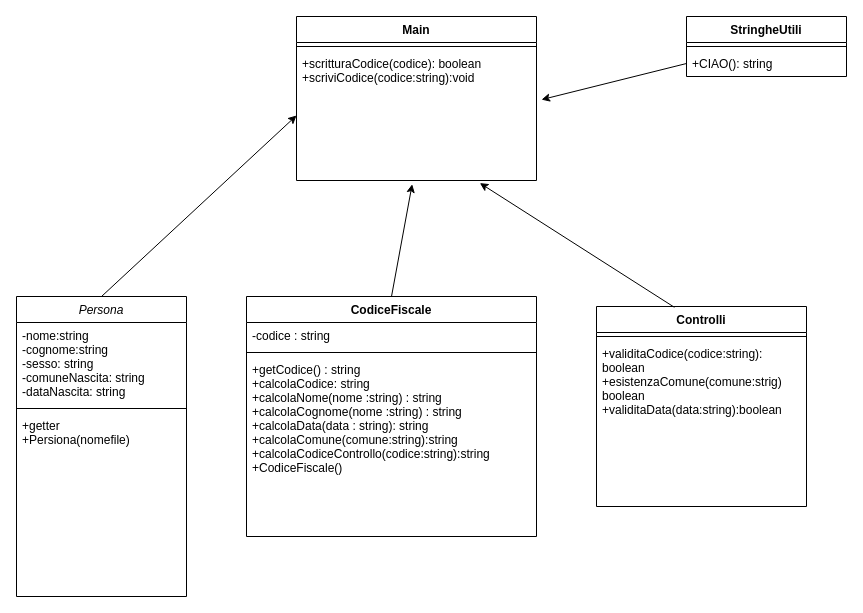
This is UML.drawio from Parzival8851/PgAr2021_404IqNotFound_CodiceFiscale, a draw.io file, before an edit. Source tidied: cells renumbered, new cells numbered last; positions are measured from the earlier drawing's top-left corner, leaving out a move shared by most shapes. Both pictures are drawn from the tidied source at 100%, with x=0, y=0 at pixel (16, 16).
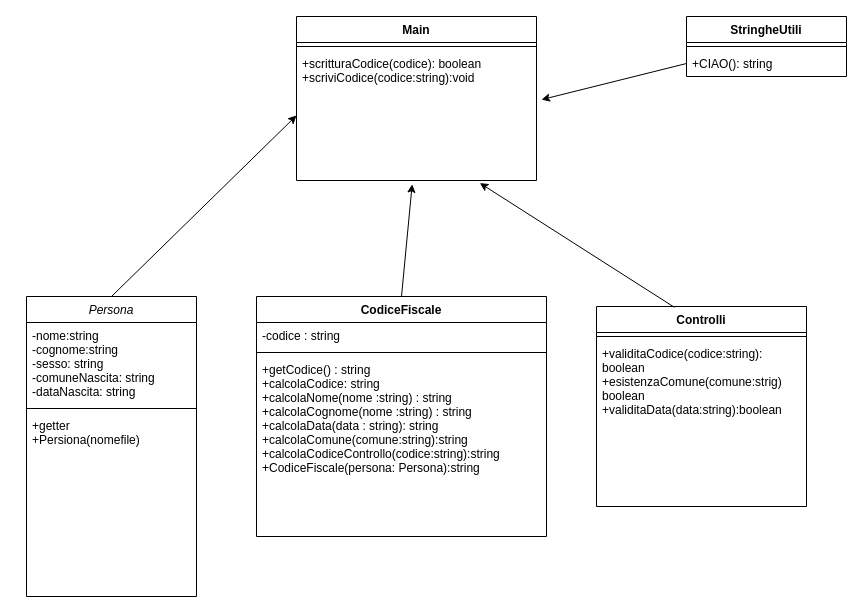
After the change.

Commit message (it also covers changes not shown here):
Costruttore Persona e metodi Data e Cognome in CF

The edit, as a diff of the source:
```diff
@@
     <mxCell id="2" value="Persona" style="swimlane;fontStyle=2;align=center;verticalAlign=top;horizontal=1;startSize=26;rounded=0;shadow=0;strokeWidth=1;" parent="1" vertex="1">
-      <mxGeometry y="280" width="170" height="300" as="geometry" />
+      <mxGeometry x="10" y="280" width="170" height="300" as="geometry" />
     </mxCell>
@@
     <mxCell id="6" value="CodiceFiscale" style="swimlane;fontStyle=1;align=center;verticalAlign=top;horizontal=1;startSize=26;" parent="1" vertex="1">
-      <mxGeometry x="230" y="280" width="290" height="240" as="geometry" />
+      <mxGeometry x="240" y="280" width="290" height="240" as="geometry" />
     </mxCell>
@@
-    <mxCell id="9" value="+getCodice() : string &#10;+calcolaCodice: string&#10;+calcolaNome(nome :string) : string&#10;+calcolaCognome(nome :string) : string&#10;+calcolaData(data : string): string&#10;+calcolaComune(comune:string):string&#10;+calcolaCodiceControllo(codice:string):string&#10;+CodiceFiscale()&#10;" style="text;strokeColor=none;fillColor=none;align=left;verticalAlign=top;spacingLeft=4;spacingRight=4;overflow=hidden;" parent="6" vertex="1">
+    <mxCell id="9" value="+getCodice() : string &#10;+calcolaCodice: string&#10;+calcolaNome(nome :string) : string&#10;+calcolaCognome(nome :string) : string&#10;+calcolaData(data : string): string&#10;+calcolaComune(comune:string):string&#10;+calcolaCodiceControllo(codice:string):string&#10;+CodiceFiscale(persona: Persona):string&#10;" style="text;strokeColor=none;fillColor=none;align=left;verticalAlign=top;spacingLeft=4;spacingRight=4;overflow=hidden;" parent="6" vertex="1">
       <mxGeometry y="60" width="290" height="180" as="geometry" />
     </mxCell>
```
